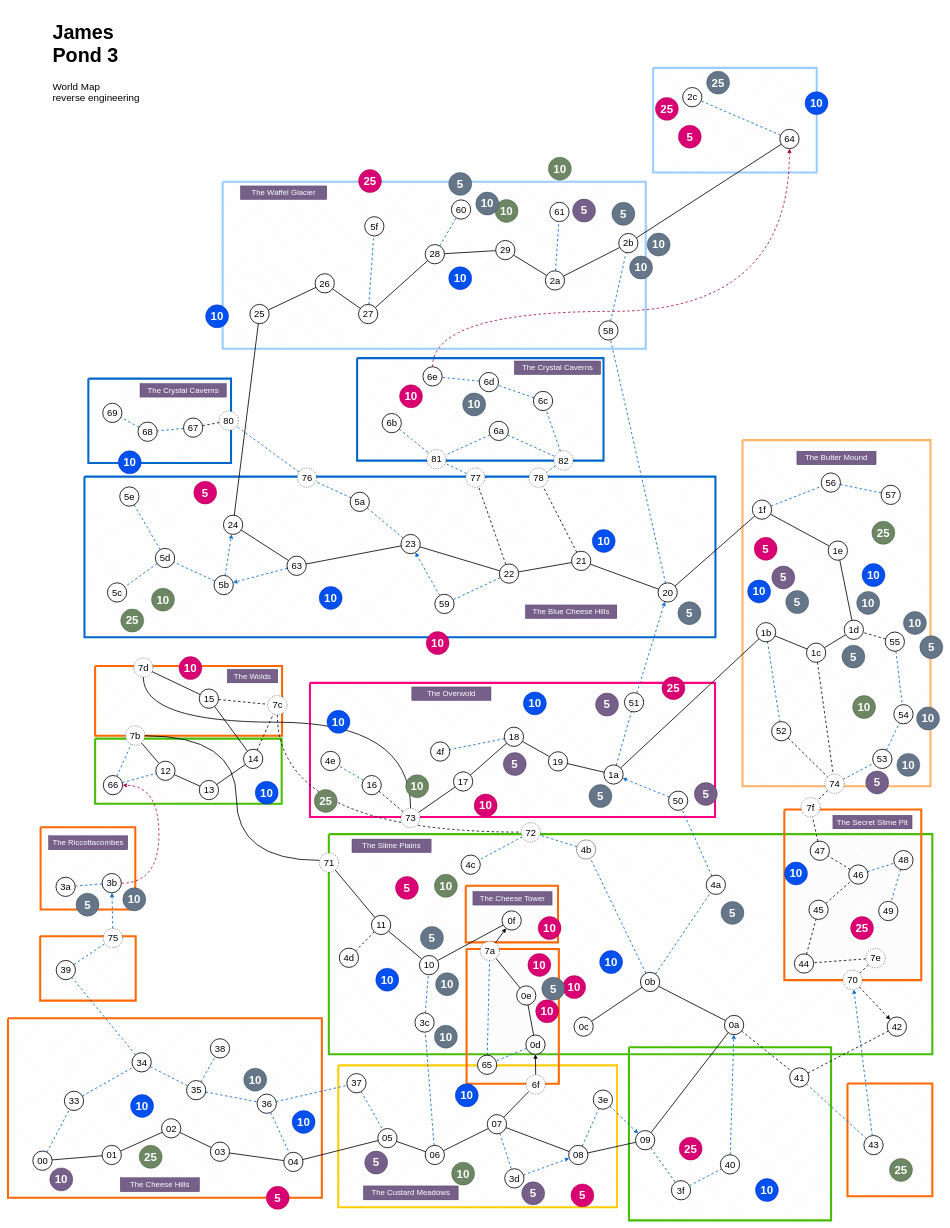
Above: worldmap.drawio in sukhoykin/ra-operation-starfish-gens (draw.io), before the change. Source tidied: cells renumbered, new cells numbered last; positions are measured from the earlier drawing's top-left corner, leaving out a move shared by most shapes. Both pictures are drawn from the tidied source at 41%, with x=0, y=0 at pixel (8, 11).
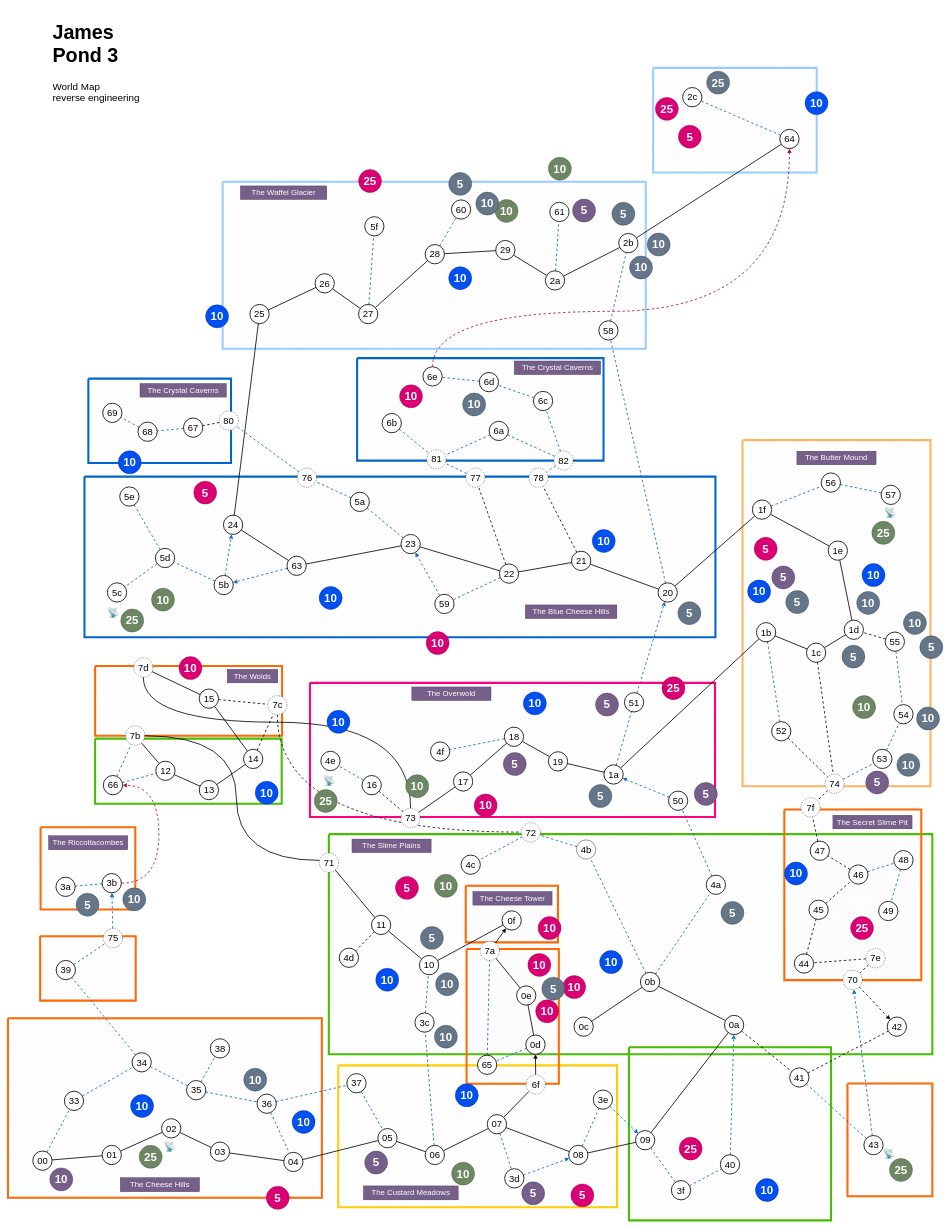
After the change.

The edit, as a diff of the source:
```diff
@@
+    <mxCell id="391" parent="0" />
+    <mxCell id="392" value="&lt;h1 style=&quot;font-size: 24px&quot;&gt;&lt;span class=&quot;emoji&quot; style=&quot;font-size: 24px&quot;&gt;📡&lt;/span&gt;&lt;/h1&gt;" style="text;html=1;strokeColor=none;fillColor=none;align=center;verticalAlign=middle;whiteSpace=wrap;rounded=0;fontSize=24;" parent="391" vertex="1">
+      <mxGeometry x="374.5" y="2753" width="40" height="36" as="geometry" />
+    </mxCell>
+    <mxCell id="393" value="&lt;h1 style=&quot;font-size: 24px&quot;&gt;&lt;span class=&quot;emoji&quot; style=&quot;font-size: 24px&quot;&gt;📡&lt;/span&gt;&lt;/h1&gt;" style="text;html=1;strokeColor=none;fillColor=none;align=center;verticalAlign=middle;whiteSpace=wrap;rounded=0;fontSize=24;" parent="391" vertex="1">
+      <mxGeometry x="2129" y="2769" width="40" height="36" as="geometry" />
+    </mxCell>
+    <mxCell id="394" value="&lt;h1 style=&quot;font-size: 24px&quot;&gt;&lt;span class=&quot;emoji&quot; style=&quot;font-size: 24px&quot;&gt;📡&lt;/span&gt;&lt;/h1&gt;" style="text;html=1;strokeColor=none;fillColor=none;align=center;verticalAlign=middle;whiteSpace=wrap;rounded=0;fontSize=24;" parent="391" vertex="1">
+      <mxGeometry x="236.5" y="1449" width="40" height="36" as="geometry" />
+    </mxCell>
+    <mxCell id="395" value="&lt;h1 style=&quot;font-size: 24px&quot;&gt;&lt;span class=&quot;emoji&quot; style=&quot;font-size: 24px&quot;&gt;📡&lt;/span&gt;&lt;/h1&gt;" style="text;html=1;strokeColor=none;fillColor=none;align=center;verticalAlign=middle;whiteSpace=wrap;rounded=0;fontSize=24;" parent="391" vertex="1">
+      <mxGeometry x="2132" y="1206" width="40" height="36" as="geometry" />
+    </mxCell>
+    <mxCell id="396" value="&lt;h1 style=&quot;font-size: 24px&quot;&gt;&lt;span class=&quot;emoji&quot; style=&quot;font-size: 24px&quot;&gt;📡&lt;/span&gt;&lt;/h1&gt;" style="text;html=1;strokeColor=none;fillColor=none;align=center;verticalAlign=middle;whiteSpace=wrap;rounded=0;fontSize=24;" parent="391" vertex="1">
+      <mxGeometry x="764" y="1858" width="40" height="36" as="geometry" />
+    </mxCell>
```
